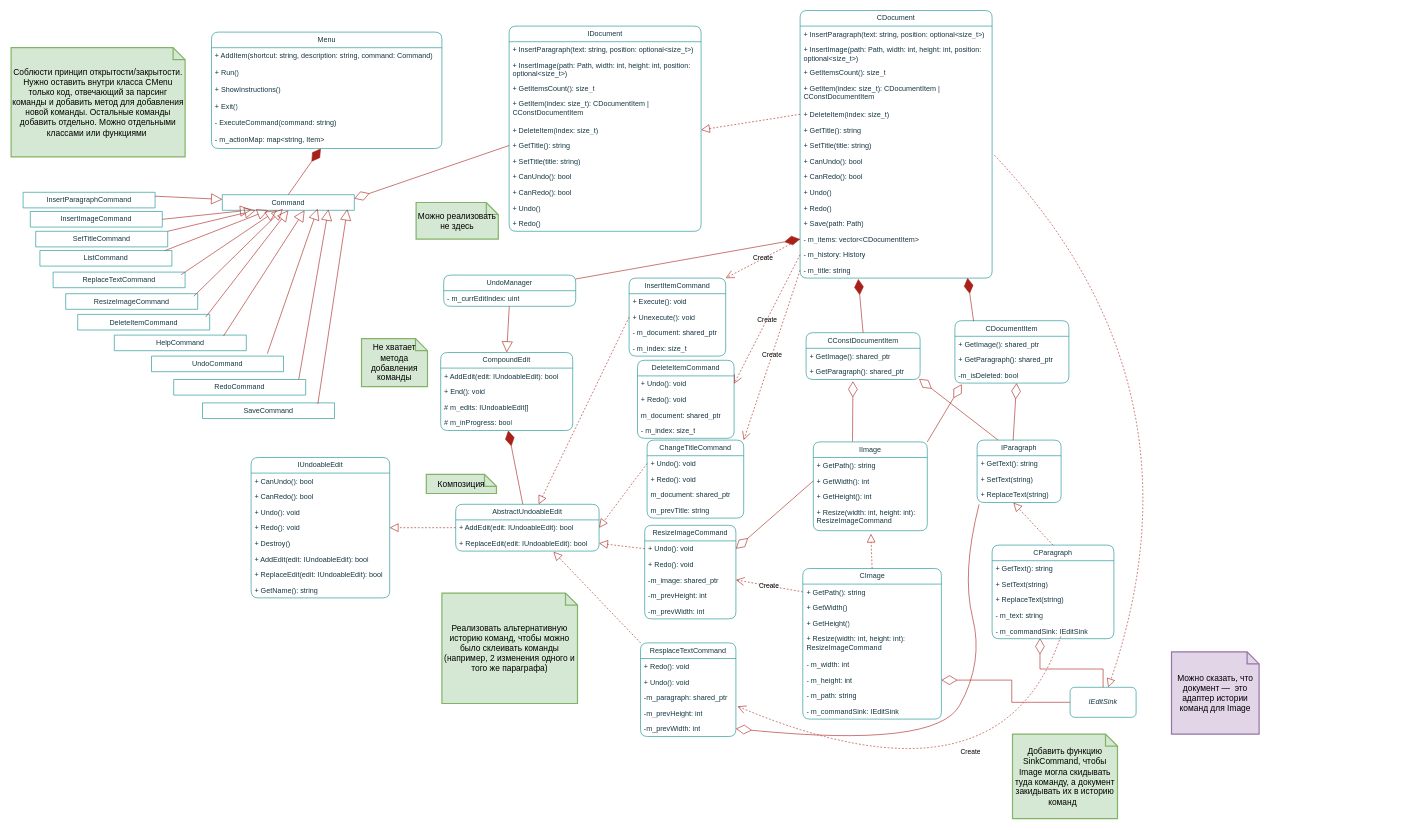
The draw.io diagram lab5/DocumentEditor.drawio in KRASILNIKOV30/ood, before the edit. Source tidied: cells renumbered, new cells numbered last; positions are measured from the earlier drawing's top-left corner, leaving out a move shared by most shapes. Both pictures are drawn from the tidied source at 60%, with x=0, y=0 at pixel (11, 10).
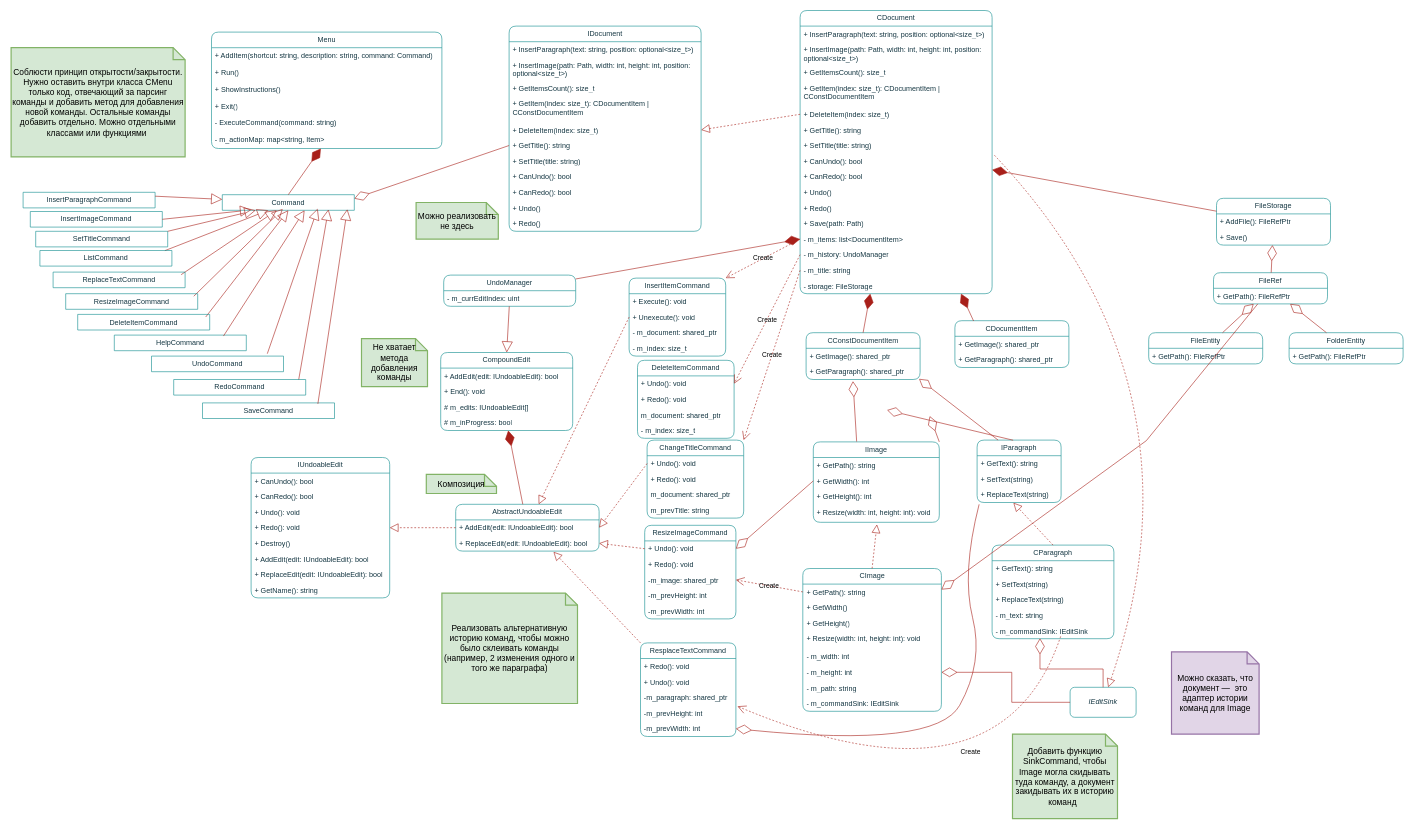
The same page after the edit.

Unchanged cells that the change refers to:
```xml
<mxCell id="14" value="IParagraph" style="swimlane;fontStyle=0;horizontal=1;startSize=26;fillColor=none;whiteSpace=wrap;html=1;strokeColor=#0F8B8D;fontColor=#143642;rounded=1;labelBackgroundColor=none;" parent="1" vertex="1">
  <mxGeometry x="1610" y="716" width="140" height="104" as="geometry" />
</mxCell>
<mxCell id="23" value="CConstDocumentItem" style="swimlane;fontStyle=0;horizontal=1;startSize=26;fillColor=none;whiteSpace=wrap;html=1;strokeColor=#0F8B8D;fontColor=#143642;rounded=1;labelBackgroundColor=none;" parent="1" vertex="1">
  <mxGeometry x="1325" y="537" width="190" height="78" as="geometry" />
</mxCell>
<mxCell id="50" value="- m_title: string" style="text;strokeColor=none;fillColor=none;align=left;verticalAlign=top;spacingLeft=4;spacingRight=4;overflow=hidden;points=[[0,0.5],[1,0.5]];portConstraint=eastwest;whiteSpace=wrap;html=1;rounded=1;labelBackgroundColor=none;fontColor=#143642;" parent="35" vertex="1">
  <mxGeometry y="420" width="320" height="26" as="geometry" />
</mxCell>
```

What changed in the source:
```diff
@@
     <mxCell id="18" value="IImage" style="swimlane;fontStyle=0;horizontal=1;startSize=26;fillColor=none;whiteSpace=wrap;html=1;strokeColor=#0F8B8D;fontColor=#143642;rounded=1;labelBackgroundColor=none;" parent="1" vertex="1">
-      <mxGeometry x="1337" y="719" width="190" height="148" as="geometry" />
+      <mxGeometry x="1337" y="719" width="210" height="134" as="geometry" />
     </mxCell>
     <mxCell id="19" value="+ GetPath(): string" style="text;strokeColor=none;fillColor=none;align=left;verticalAlign=top;spacingLeft=4;spacingRight=4;overflow=hidden;whiteSpace=wrap;html=1;fontColor=#143642;rounded=1;labelBackgroundColor=none;" parent="18" vertex="1">
-      <mxGeometry y="26" width="190" height="26" as="geometry" />
+      <mxGeometry y="26" width="210" height="26" as="geometry" />
     </mxCell>
     <mxCell id="20" value="+ GetWidth(): int" style="text;strokeColor=none;fillColor=none;align=left;verticalAlign=top;spacingLeft=4;spacingRight=4;overflow=hidden;points=[[0,0.5],[1,0.5]];portConstraint=eastwest;whiteSpace=wrap;html=1;fontColor=#143642;rounded=1;labelBackgroundColor=none;" parent="18" vertex="1">
-      <mxGeometry y="52" width="190" height="26" as="geometry" />
+      <mxGeometry y="52" width="210" height="26" as="geometry" />
     </mxCell>
     <mxCell id="21" value="+ GetHeight(): int" style="text;strokeColor=none;fillColor=none;align=left;verticalAlign=top;spacingLeft=4;spacingRight=4;overflow=hidden;whiteSpace=wrap;html=1;fontColor=#143642;rounded=1;labelBackgroundColor=none;" parent="18" vertex="1">
-      <mxGeometry y="78" width="190" height="26" as="geometry" />
+      <mxGeometry y="78" width="210" height="26" as="geometry" />
     </mxCell>
-    <mxCell id="22" value="+ Resize(width: int, height: int):&lt;br style=&quot;border-color: var(--border-color);&quot;&gt;ResizeImageCommand" style="text;strokeColor=none;fillColor=none;align=left;verticalAlign=top;spacingLeft=4;spacingRight=4;overflow=hidden;points=[[0,0.5],[1,0.5]];portConstraint=eastwest;whiteSpace=wrap;html=1;fontColor=#143642;rounded=1;labelBackgroundColor=none;" parent="18" vertex="1">
-      <mxGeometry y="104" width="190" height="44" as="geometry" />
+    <mxCell id="22" value="+ Resize(width: int, height: int): void" style="text;strokeColor=none;fillColor=none;align=left;verticalAlign=top;spacingLeft=4;spacingRight=4;overflow=hidden;points=[[0,0.5],[1,0.5]];portConstraint=eastwest;whiteSpace=wrap;html=1;fontColor=#143642;rounded=1;labelBackgroundColor=none;" parent="18" vertex="1">
+      <mxGeometry y="104" width="210" height="30" as="geometry" />
     </mxCell>
@@
     <mxCell id="26" value="CDocumentItem" style="swimlane;fontStyle=0;horizontal=1;startSize=26;fillColor=none;whiteSpace=wrap;html=1;strokeColor=#0F8B8D;fontColor=#143642;rounded=1;labelBackgroundColor=none;" parent="1" vertex="1">
-      <mxGeometry x="1573" y="517" width="190" height="104" as="geometry" />
+      <mxGeometry x="1573" y="517" width="190" height="78" as="geometry" />
     </mxCell>
@@
-    <mxCell id="29" value="-m_isDeleted: bool" style="text;strokeColor=none;fillColor=none;align=left;verticalAlign=top;spacingLeft=4;spacingRight=4;overflow=hidden;points=[[0,0.5],[1,0.5]];portConstraint=eastwest;whiteSpace=wrap;html=1;fontColor=#143642;rounded=1;labelBackgroundColor=none;" parent="26" vertex="1">
-      <mxGeometry y="78" width="190" height="26" as="geometry" />
-    </mxCell>
@@
     <mxCell id="35" value="CDocument" style="swimlane;fontStyle=0;horizontal=1;startSize=26;fillColor=none;whiteSpace=wrap;html=1;rounded=1;labelBackgroundColor=none;strokeColor=#0F8B8D;fontColor=#143642;" parent="1" vertex="1">
-      <mxGeometry x="1315" width="320" height="446" as="geometry" />
+      <mxGeometry x="1315" width="320" height="472" as="geometry" />
     </mxCell>
@@
-    <mxCell id="48" value="- m_items: vector&amp;lt;CDocumentItem&amp;gt;" style="text;strokeColor=none;fillColor=none;align=left;verticalAlign=top;spacingLeft=4;spacingRight=4;overflow=hidden;points=[[0,0.5],[1,0.5]];portConstraint=eastwest;whiteSpace=wrap;html=1;rounded=1;labelBackgroundColor=none;fontColor=#143642;" parent="35" vertex="1">
+    <mxCell id="48" value="- m_items: list&amp;lt;DocumentItem&amp;gt;" style="text;strokeColor=none;fillColor=none;align=left;verticalAlign=top;spacingLeft=4;spacingRight=4;overflow=hidden;points=[[0,0.5],[1,0.5]];portConstraint=eastwest;whiteSpace=wrap;html=1;rounded=1;labelBackgroundColor=none;fontColor=#143642;" parent="35" vertex="1">
       <mxGeometry y="368" width="320" height="26" as="geometry" />
     </mxCell>
-    <mxCell id="49" value="- m_history: History" style="text;strokeColor=none;fillColor=none;align=left;verticalAlign=top;spacingLeft=4;spacingRight=4;overflow=hidden;points=[[0,0.5],[1,0.5]];portConstraint=eastwest;whiteSpace=wrap;html=1;rounded=1;labelBackgroundColor=none;fontColor=#143642;" parent="35" vertex="1">
+    <mxCell id="49" value="- m_history: UndoManager" style="text;strokeColor=none;fillColor=none;align=left;verticalAlign=top;spacingLeft=4;spacingRight=4;overflow=hidden;points=[[0,0.5],[1,0.5]];portConstraint=eastwest;whiteSpace=wrap;html=1;rounded=1;labelBackgroundColor=none;fontColor=#143642;" parent="35" vertex="1">
       <mxGeometry y="394" width="320" height="26" as="geometry" />
     </mxCell>
@@
+    <mxCell id="174" value="- storage: FileStorage" style="text;strokeColor=none;fillColor=none;align=left;verticalAlign=top;spacingLeft=4;spacingRight=4;overflow=hidden;whiteSpace=wrap;html=1;rounded=1;labelBackgroundColor=none;fontColor=#143642;" parent="35" vertex="1">
+      <mxGeometry y="446" width="320" height="26" as="geometry" />
+    </mxCell>
@@
-    <mxCell id="53" style="endArrow=diamondThin;endFill=0;endSize=24;html=1;rounded=0;strokeColor=#A8201A;fontColor=default;fillColor=#FAE5C7;exitX=0.429;exitY=0.002;exitDx=0;exitDy=0;entryX=0.541;entryY=1.005;entryDx=0;entryDy=0;entryPerimeter=0;exitPerimeter=0;labelBackgroundColor=none;" parent="1" edge="1" source="14" target="29">
-      <mxGeometry relative="1" as="geometry" />
+    <mxCell id="53" style="endArrow=diamondThin;endFill=0;endSize=24;html=1;rounded=0;strokeColor=#A8201A;fontColor=default;fillColor=#FAE5C7;exitX=0.429;exitY=0.002;exitDx=0;exitDy=0;entryX=0.541;entryY=1.005;entryDx=0;entryDy=0;entryPerimeter=0;exitPerimeter=0;labelBackgroundColor=none;" parent="1" edge="1" source="14">
+      <mxGeometry relative="1" as="geometry">
+        <mxPoint x="1460" y="666" as="targetPoint" />
+      </mxGeometry>
     </mxCell>
@@
-    <mxCell id="56" style="endArrow=diamondThin;endFill=0;endSize=24;html=1;rounded=0;strokeColor=#A8201A;fontColor=default;fillColor=#FAE5C7;exitX=1;exitY=0;exitDx=0;exitDy=0;entryX=0.06;entryY=1.077;entryDx=0;entryDy=0;entryPerimeter=0;labelBackgroundColor=none;" parent="1" edge="1" source="18" target="29">
-      <mxGeometry relative="1" as="geometry" />
+    <mxCell id="56" style="endArrow=diamondThin;endFill=0;endSize=24;html=1;rounded=0;strokeColor=#A8201A;fontColor=default;fillColor=#FAE5C7;exitX=1;exitY=0;exitDx=0;exitDy=0;entryX=0.06;entryY=1.077;entryDx=0;entryDy=0;entryPerimeter=0;labelBackgroundColor=none;" parent="1" edge="1" source="18">
+      <mxGeometry relative="1" as="geometry">
+        <mxPoint x="1531" y="676" as="targetPoint" />
+      </mxGeometry>
     </mxCell>
-    <mxCell id="57" style="endArrow=diamondThin;endFill=1;endSize=24;html=1;rounded=0;entryX=0.872;entryY=0.981;entryDx=0;entryDy=0;labelBackgroundColor=none;strokeColor=#A8201A;fontColor=default;exitX=0.164;exitY=0.007;exitDx=0;exitDy=0;entryPerimeter=0;exitPerimeter=0;" parent="1" edge="1" source="26" target="50">
+    <mxCell id="57" style="endArrow=diamondThin;endFill=1;endSize=24;html=1;rounded=0;labelBackgroundColor=none;strokeColor=#A8201A;fontColor=default;exitX=0.164;exitY=0.007;exitDx=0;exitDy=0;exitPerimeter=0;" parent="1" edge="1" source="26" target="35">
       <mxGeometry relative="1" as="geometry" />
     </mxCell>
-    <mxCell id="58" style="endArrow=diamondThin;endFill=1;endSize=24;html=1;rounded=0;entryX=0.303;entryY=1.058;entryDx=0;entryDy=0;labelBackgroundColor=none;strokeColor=#A8201A;fontColor=default;exitX=0.5;exitY=0;exitDx=0;exitDy=0;entryPerimeter=0;" parent="1" edge="1" source="23" target="50">
+    <mxCell id="58" style="endArrow=diamondThin;endFill=1;endSize=24;html=1;rounded=0;labelBackgroundColor=none;strokeColor=#A8201A;fontColor=default;exitX=0.5;exitY=0;exitDx=0;exitDy=0;" parent="1" edge="1" source="23" target="35">
       <mxGeometry relative="1" as="geometry" />
     </mxCell>
@@
     <mxCell id="72" value="CImage" style="swimlane;fontStyle=0;horizontal=1;startSize=26;fillColor=none;whiteSpace=wrap;html=1;strokeColor=#0F8B8D;fontColor=#143642;rounded=1;labelBackgroundColor=none;" parent="1" vertex="1">
-      <mxGeometry x="1319.5" y="930" width="231" height="251" as="geometry" />
+      <mxGeometry x="1319.5" y="930" width="231" height="238" as="geometry" />
     </mxCell>
@@
-    <mxCell id="76" value="+ Resize(width: int, height: int):&lt;br&gt;ResizeImageCommand" style="text;strokeColor=none;fillColor=none;align=left;verticalAlign=top;spacingLeft=4;spacingRight=4;overflow=hidden;whiteSpace=wrap;html=1;fontColor=#143642;rounded=1;labelBackgroundColor=none;" parent="72" vertex="1">
-      <mxGeometry y="104" width="231" height="43" as="geometry" />
+    <mxCell id="76" value="+ Resize(width: int, height: int): void" style="text;strokeColor=none;fillColor=none;align=left;verticalAlign=top;spacingLeft=4;spacingRight=4;overflow=hidden;whiteSpace=wrap;html=1;fontColor=#143642;rounded=1;labelBackgroundColor=none;" parent="72" vertex="1">
+      <mxGeometry y="104" width="231" height="30" as="geometry" />
     </mxCell>
     <mxCell id="77" value="- m_width: int" style="text;strokeColor=none;fillColor=none;align=left;verticalAlign=top;spacingLeft=4;spacingRight=4;overflow=hidden;whiteSpace=wrap;html=1;fontColor=#143642;rounded=1;labelBackgroundColor=none;" parent="72" vertex="1">
-      <mxGeometry y="147" width="231" height="26" as="geometry" />
+      <mxGeometry y="134" width="231" height="26" as="geometry" />
     </mxCell>
     <mxCell id="78" value="- m_height: int" style="text;strokeColor=none;fillColor=none;align=left;verticalAlign=top;spacingLeft=4;spacingRight=4;overflow=hidden;points=[[0,0.5],[1,0.5]];portConstraint=eastwest;whiteSpace=wrap;html=1;fontColor=#143642;rounded=1;labelBackgroundColor=none;" parent="72" vertex="1">
-      <mxGeometry y="173" width="231" height="26" as="geometry" />
+      <mxGeometry y="160" width="231" height="26" as="geometry" />
     </mxCell>
     <mxCell id="79" value="- m_path: string" style="text;strokeColor=none;fillColor=none;align=left;verticalAlign=top;spacingLeft=4;spacingRight=4;overflow=hidden;whiteSpace=wrap;html=1;fontColor=#143642;rounded=1;labelBackgroundColor=none;" parent="72" vertex="1">
-      <mxGeometry y="199" width="231" height="26" as="geometry" />
+      <mxGeometry y="186" width="231" height="26" as="geometry" />
     </mxCell>
     <mxCell id="80" value="- m_commandSink: IEditSink" style="text;strokeColor=none;fillColor=none;align=left;verticalAlign=top;spacingLeft=4;spacingRight=4;overflow=hidden;whiteSpace=wrap;html=1;fontColor=#143642;rounded=1;labelBackgroundColor=none;" parent="72" vertex="1">
-      <mxGeometry y="225" width="231" height="26" as="geometry" />
+      <mxGeometry y="212" width="231" height="26" as="geometry" />
     </mxCell>
@@
+    <mxCell id="175" value="FileStorage" style="swimlane;fontStyle=0;horizontal=1;startSize=26;fillColor=none;whiteSpace=wrap;html=1;strokeColor=#0F8B8D;fontColor=#143642;rounded=1;labelBackgroundColor=none;" parent="1" vertex="1">
+      <mxGeometry x="2009" y="313" width="190" height="78" as="geometry" />
+    </mxCell>
+    <mxCell id="176" value="+ AddFile(): FileRefPtr" style="text;strokeColor=none;fillColor=none;align=left;verticalAlign=top;spacingLeft=4;spacingRight=4;overflow=hidden;whiteSpace=wrap;html=1;fontColor=#143642;rounded=1;labelBackgroundColor=none;" parent="175" vertex="1">
+      <mxGeometry y="26" width="190" height="26" as="geometry" />
+    </mxCell>
+    <mxCell id="177" value="+ Save()" style="text;strokeColor=none;fillColor=none;align=left;verticalAlign=top;spacingLeft=4;spacingRight=4;overflow=hidden;whiteSpace=wrap;html=1;fontColor=#143642;rounded=1;labelBackgroundColor=none;" parent="175" vertex="1">
+      <mxGeometry y="52" width="190" height="26" as="geometry" />
+    </mxCell>
+    <mxCell id="178" value="FileRef" style="swimlane;fontStyle=0;horizontal=1;startSize=26;fillColor=none;whiteSpace=wrap;html=1;strokeColor=#0F8B8D;fontColor=#143642;rounded=1;labelBackgroundColor=none;" parent="1" vertex="1">
+      <mxGeometry x="2004" y="437" width="190" height="52" as="geometry" />
+    </mxCell>
+    <mxCell id="179" value="+ GetPath(): FileRefPtr" style="text;strokeColor=none;fillColor=none;align=left;verticalAlign=top;spacingLeft=4;spacingRight=4;overflow=hidden;whiteSpace=wrap;html=1;fontColor=#143642;rounded=1;labelBackgroundColor=none;" parent="178" vertex="1">
+      <mxGeometry y="26" width="190" height="26" as="geometry" />
+    </mxCell>
+    <mxCell id="180" value="FileEntity" style="swimlane;fontStyle=0;horizontal=1;startSize=26;fillColor=none;whiteSpace=wrap;html=1;strokeColor=#0F8B8D;fontColor=#143642;rounded=1;labelBackgroundColor=none;" parent="1" vertex="1">
+      <mxGeometry x="1896" y="537" width="190" height="52" as="geometry" />
+    </mxCell>
+    <mxCell id="181" value="+ GetPath(): FileRefPtr" style="text;strokeColor=none;fillColor=none;align=left;verticalAlign=top;spacingLeft=4;spacingRight=4;overflow=hidden;whiteSpace=wrap;html=1;fontColor=#143642;rounded=1;labelBackgroundColor=none;" parent="180" vertex="1">
+      <mxGeometry y="26" width="190" height="26" as="geometry" />
+    </mxCell>
+    <mxCell id="182" value="FolderEntity" style="swimlane;fontStyle=0;horizontal=1;startSize=26;fillColor=none;whiteSpace=wrap;html=1;strokeColor=#0F8B8D;fontColor=#143642;rounded=1;labelBackgroundColor=none;" parent="1" vertex="1">
+      <mxGeometry x="2130" y="537" width="190" height="52" as="geometry" />
+    </mxCell>
+    <mxCell id="183" value="+ GetPath(): FileRefPtr" style="text;strokeColor=none;fillColor=none;align=left;verticalAlign=top;spacingLeft=4;spacingRight=4;overflow=hidden;whiteSpace=wrap;html=1;fontColor=#143642;rounded=1;labelBackgroundColor=none;" parent="182" vertex="1">
+      <mxGeometry y="26" width="190" height="26" as="geometry" />
+    </mxCell>
+    <mxCell id="184" style="endArrow=diamondThin;endFill=0;endSize=24;html=1;rounded=0;strokeColor=#A8201A;fontColor=default;fillColor=#FAE5C7;labelBackgroundColor=none;" parent="1" edge="1" source="180" target="178">
+      <mxGeometry relative="1" as="geometry" />
+    </mxCell>
+    <mxCell id="185" style="endArrow=diamondThin;endFill=0;endSize=24;html=1;rounded=0;strokeColor=#A8201A;fontColor=default;fillColor=#FAE5C7;labelBackgroundColor=none;" parent="1" edge="1" source="182" target="178">
+      <mxGeometry relative="1" as="geometry" />
+    </mxCell>
+    <mxCell id="186" style="endArrow=diamondThin;endFill=0;endSize=24;html=1;rounded=0;strokeColor=#A8201A;fontColor=default;fillColor=#FAE5C7;labelBackgroundColor=none;" parent="1" edge="1" source="178" target="175">
+      <mxGeometry relative="1" as="geometry" />
+    </mxCell>
+    <mxCell id="187" style="endArrow=diamondThin;endFill=0;endSize=24;html=1;rounded=0;strokeColor=#A8201A;fontColor=default;fillColor=#FAE5C7;labelBackgroundColor=none;" parent="1" edge="1" source="178" target="72">
+      <mxGeometry relative="1" as="geometry">
+        <Array as="points">
+          <mxPoint x="1892" y="717" />
+        </Array>
+      </mxGeometry>
+    </mxCell>
+    <mxCell id="188" style="endArrow=diamondThin;endFill=1;endSize=24;html=1;rounded=0;labelBackgroundColor=none;strokeColor=#A8201A;fontColor=default;" parent="1" edge="1" source="175" target="35">
+      <mxGeometry relative="1" as="geometry" />
+    </mxCell>
```
